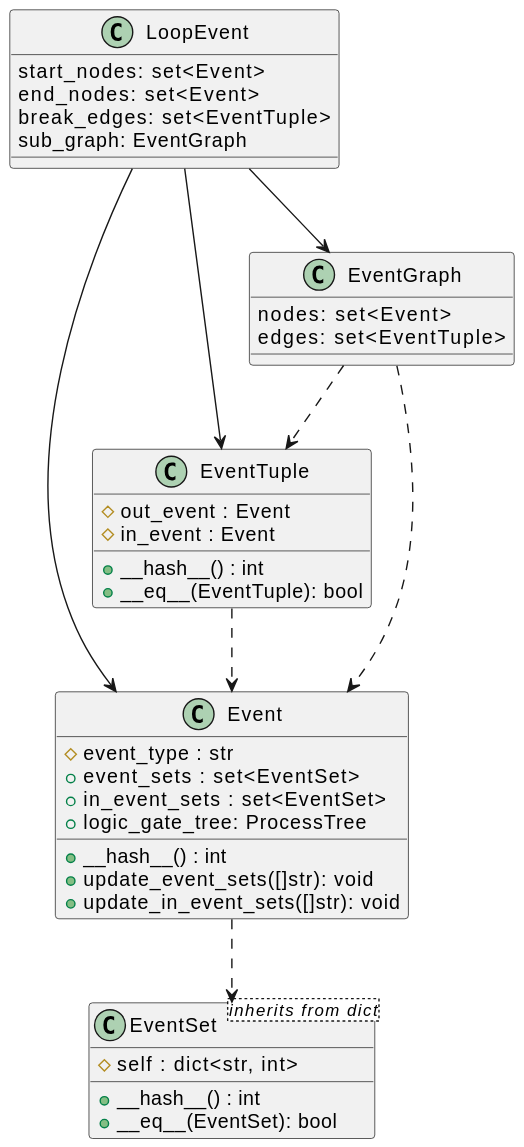
Earlier version of the PlantUML export docs/development/design/1-DN-SCC_loop_detection/class_diagrams.svg (xtuml/otel2puml).
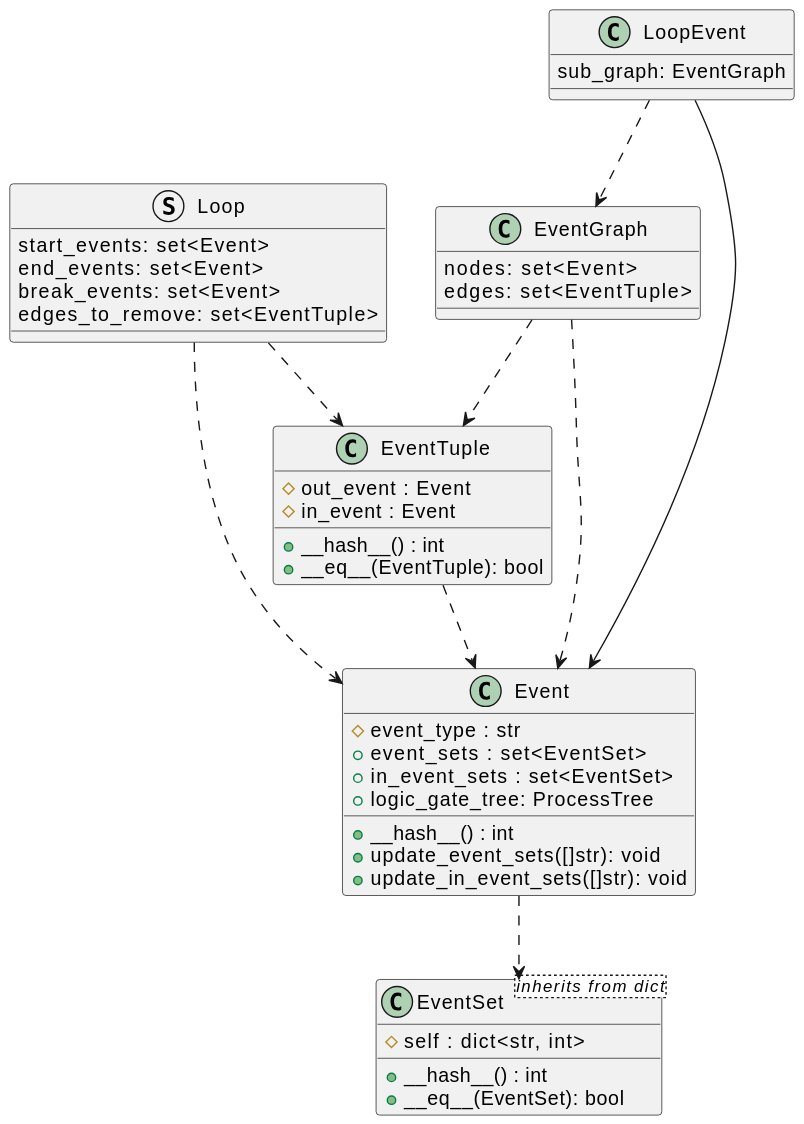
After the commit.

Commit message:
CDSTP-57 Updated design doc to contain required functions with call graph, updated class diagram and updated algorithm overview

What changed in the source:
```diff
@@ -9,10 +9,14 @@
     +update_in_event_sets([]str): void
 }
 
+struct Loop {
+    start_events: set<Event>
+    end_events: set<Event>
+    break_events: set<Event>
+    edges_to_remove: set<EventTuple>
+}
+
 class LoopEvent {
-    start_nodes: set<Event>
-    end_nodes: set<Event>
-    break_edges: set<EventTuple>
     sub_graph: EventGraph
 }
 
@@ -41,6 +45,7 @@
 EventGraph ..> EventTuple
 EventTuple ..> Event
 LoopEvent --> Event
-LoopEvent --> EventTuple
-LoopEvent --> EventGraph
+Loop ..> EventTuple
+Loop ..> Event
+LoopEvent ..> EventGraph
 @enduml
```
